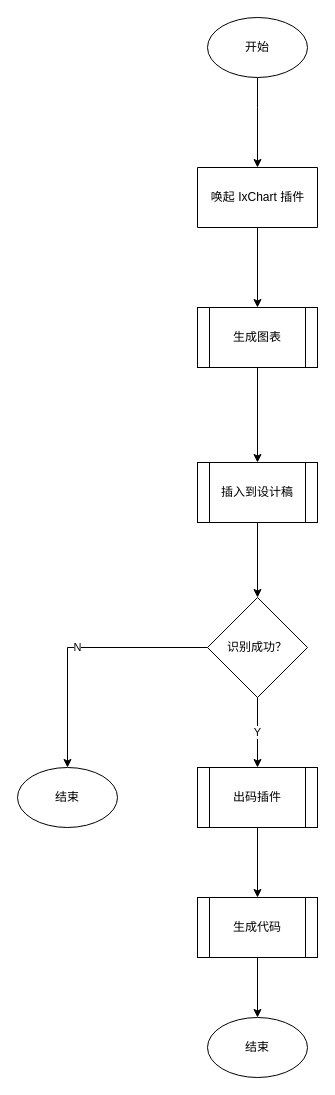
Above: page "主流程" (6 of 10) of lowCode/lc.drawio in zhuoooo/doodles (draw.io), before the change. Source tidied: cells renumbered, new cells numbered last; positions are measured from the earlier drawing's top-left corner, leaving out a move shared by most shapes. Both pictures are drawn from the tidied source at 100%, with x=0, y=0 at pixel (17, 17).
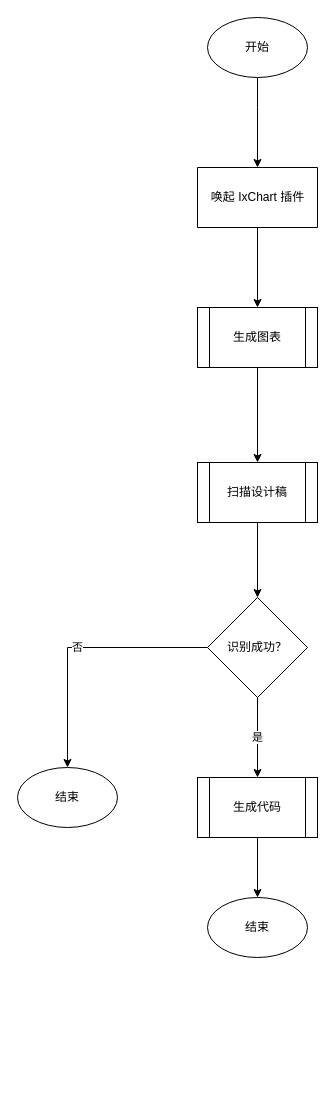
The same diagram, later.

Unchanged cells that the change refers to:
```xml
<mxCell id="10" value="识别成功？" style="strokeWidth=1;html=1;shape=mxgraph.flowchart.decision;whiteSpace=wrap;" parent="1" vertex="1">
  <mxGeometry x="190" y="580" width="100" height="100" as="geometry" />
</mxCell>
<mxCell id="18" value="结束" style="ellipse;whiteSpace=wrap;html=1;" parent="1" vertex="1">
  <mxGeometry y="750" width="100" height="60" as="geometry" />
</mxCell>
```

Change to the diagram source:
```diff
@@
-    <mxCell id="8" value="Y" style="edgeStyle=orthogonalEdgeStyle;rounded=0;jettySize=auto;html=1;" parent="1" edge="1" source="10" target="12">
+    <mxCell id="8" value="是" style="edgeStyle=orthogonalEdgeStyle;rounded=0;jettySize=auto;html=1;" parent="1" edge="1" source="10" target="16">
       <mxGeometry relative="1" as="geometry" />
     </mxCell>
-    <mxCell id="9" value="N" style="edgeStyle=orthogonalEdgeStyle;rounded=0;jettySize=auto;html=1;" parent="1" edge="1" source="10" target="18">
+    <mxCell id="9" value="否" style="edgeStyle=orthogonalEdgeStyle;rounded=0;jettySize=auto;html=1;" parent="1" edge="1" source="10" target="18">
       <mxGeometry relative="1" as="geometry" />
     </mxCell>
@@
-    <mxCell id="11" style="edgeStyle=orthogonalEdgeStyle;rounded=0;jettySize=auto;html=1;" parent="1" edge="1" source="12" target="16">
-      <mxGeometry relative="1" as="geometry" />
-    </mxCell>
-    <mxCell id="12" value="出码插件" style="shape=process;whiteSpace=wrap;html=1;backgroundOutline=1;strokeWidth=1;" parent="1" vertex="1">
-      <mxGeometry x="180" y="750" width="120" height="60" as="geometry" />
-    </mxCell>
-    <mxCell id="13" value="插入到设计稿" style="shape=process;whiteSpace=wrap;html=1;backgroundOutline=1;strokeWidth=1;" parent="1" vertex="1">
+    <mxCell id="13" value="扫描设计稿" style="shape=process;whiteSpace=wrap;html=1;backgroundOutline=1;strokeWidth=1;" parent="1" vertex="1">
       <mxGeometry x="180" y="445" width="120" height="60" as="geometry" />
     </mxCell>
@@
     <mxCell id="16" value="生成代码" style="shape=process;whiteSpace=wrap;html=1;backgroundOutline=1;strokeWidth=1;" parent="1" vertex="1">
-      <mxGeometry x="180" y="880" width="120" height="60" as="geometry" />
+      <mxGeometry x="180" y="760" width="120" height="60" as="geometry" />
     </mxCell>
     <mxCell id="17" value="结束" style="ellipse;whiteSpace=wrap;html=1;" parent="1" vertex="1">
-      <mxGeometry x="190" y="1000" width="100" height="60" as="geometry" />
+      <mxGeometry x="190" y="880" width="100" height="60" as="geometry" />
     </mxCell>
```
